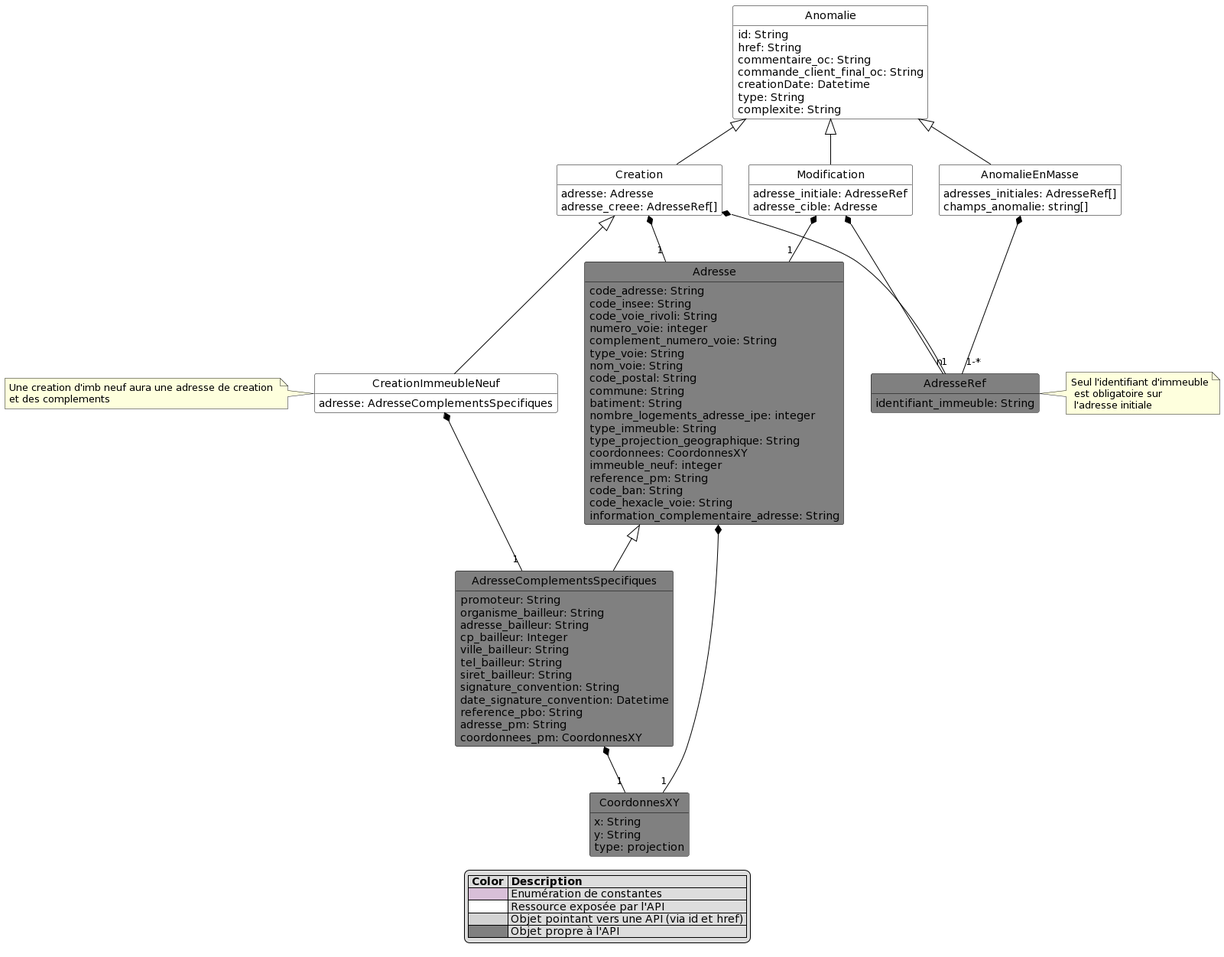
Above: image/model.png in before-interop/anomalieAdresse (PlantUML), before the change.
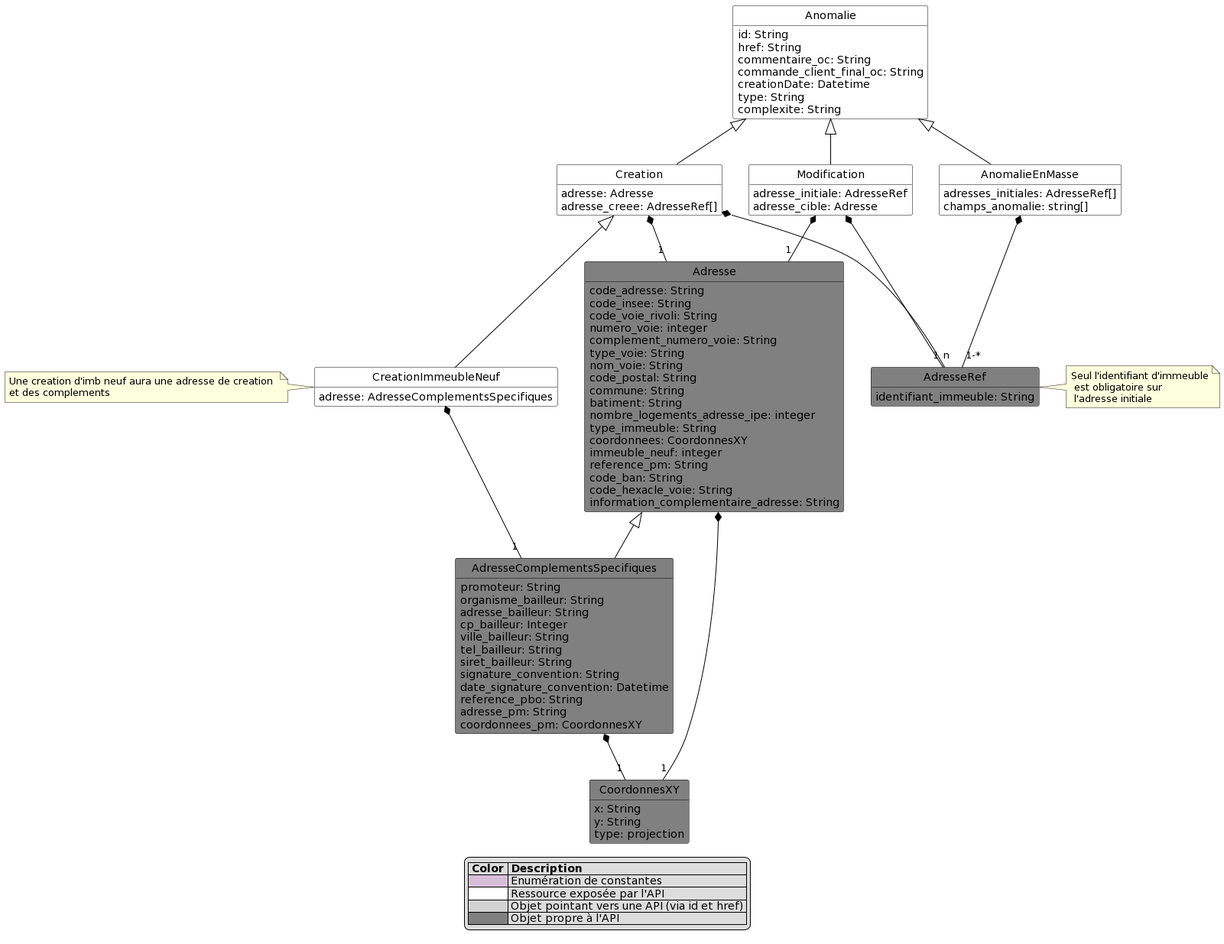
The same file after the commit.

Commit message:
suppression type_projectionGeographique

The edit, as a diff of the source:
```diff
@@ -64,7 +64,6 @@
     batiment: String
     nombre_logements_adresse_ipe: integer
     type_immeuble: String
-    type_projection_geographique: String
     coordonnees: CoordonnesXY
     immeuble_neuf: integer
     reference_pm: String
```
